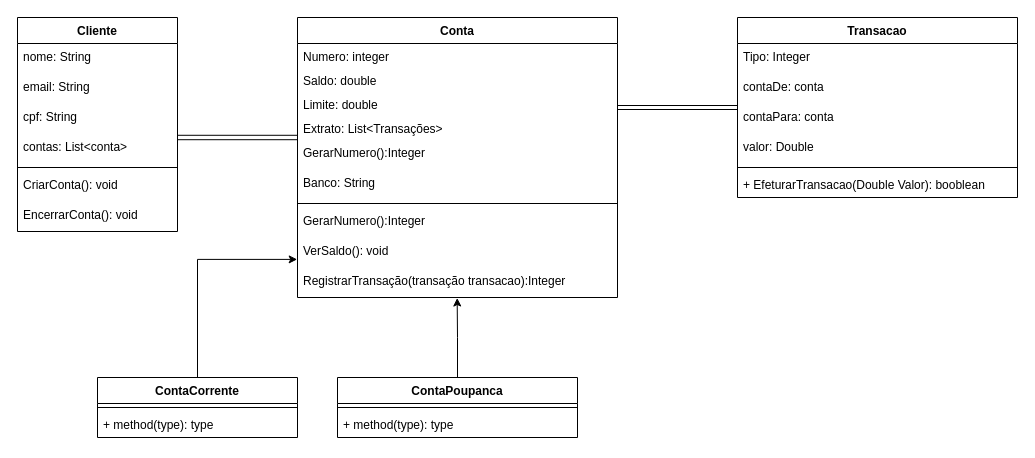
Before: FinTech.drawio in nandorainert/FinTech, a draw.io diagram. Source tidied: cells renumbered, new cells numbered last; positions are measured from the earlier drawing's top-left corner, leaving out a move shared by most shapes. Both pictures are drawn from the tidied source at 100%, with x=0, y=0 at pixel (17, 17).
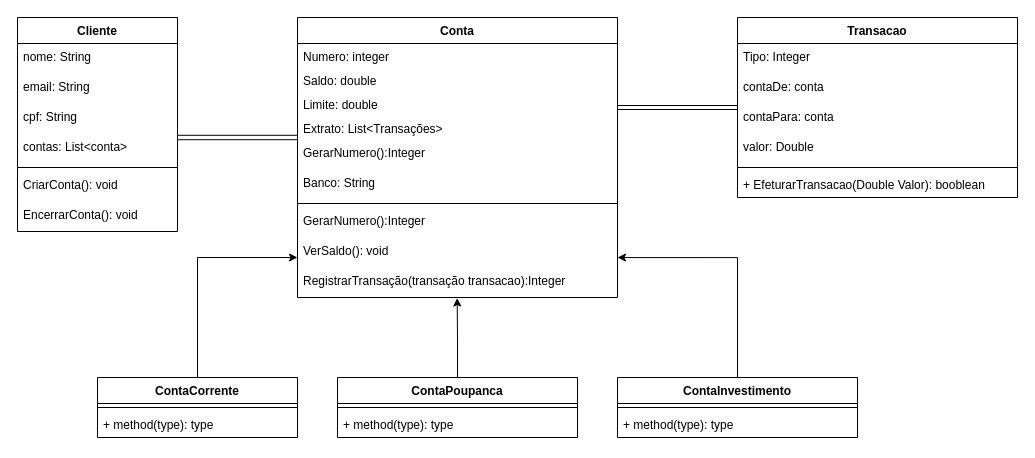
The same diagram, later.

The change refers to these unchanged cells:
```xml
<mxCell id="11" value="VerSaldo(): void" style="text;align=left;verticalAlign=top;spacingLeft=4;spacingRight=4;overflow=hidden;points=[[0,0.5],[1,0.5]];portConstraint=eastwest;" parent="2" vertex="1">
  <mxGeometry y="220" width="320" height="30" as="geometry" />
</mxCell>
<mxCell id="31" value="ContaCorrente" style="swimlane;fontStyle=1;align=center;verticalAlign=top;horizontal=1;startSize=26;whiteSpace=wrap;html=1;" parent="1" vertex="1">
  <mxGeometry x="80" y="360" width="200" height="60" as="geometry" />
</mxCell>
```

The edit, as a diff of the source:
```diff
@@
-    <mxCell id="34" style="edgeStyle=orthogonalEdgeStyle;rounded=0;jettySize=auto;html=1;entryX=-0.001;entryY=0.73;entryDx=0;entryDy=0;entryPerimeter=0;" parent="1" edge="1" source="31" target="11">
-      <mxGeometry relative="1" as="geometry" />
+    <mxCell id="34" style="edgeStyle=orthogonalEdgeStyle;rounded=0;jettySize=auto;html=1;" parent="1" edge="1" source="31">
+      <mxGeometry relative="1" as="geometry">
+        <mxPoint x="280" y="240" as="targetPoint" />
+        <Array as="points">
+          <mxPoint x="180" y="240" />
+          <mxPoint x="280" y="240" />
+        </Array>
+      </mxGeometry>
     </mxCell>
@@
+    <mxCell id="39" style="edgeStyle=orthogonalEdgeStyle;rounded=0;jettySize=auto;html=1;entryX=1;entryY=0.669;entryDx=0;entryDy=0;entryPerimeter=0;" parent="1" edge="1" source="40" target="11">
+      <mxGeometry relative="1" as="geometry" />
+    </mxCell>
+    <mxCell id="40" value="ContaInvestimento" style="swimlane;fontStyle=1;align=center;verticalAlign=top;horizontal=1;startSize=26;whiteSpace=wrap;html=1;" parent="1" vertex="1">
+      <mxGeometry x="600" y="360" width="240" height="60" as="geometry" />
+    </mxCell>
+    <mxCell id="41" style="line;strokeWidth=1;fillColor=none;align=left;verticalAlign=middle;spacingTop=-1;spacingLeft=3;spacingRight=3;labelPosition=right;strokeColor=inherit;" parent="40" vertex="1">
+      <mxGeometry y="26" width="240" height="8" as="geometry" />
+    </mxCell>
+    <mxCell id="42" value="+ method(type): type" style="text;strokeColor=none;fillColor=none;align=left;verticalAlign=top;spacingLeft=4;spacingRight=4;overflow=hidden;whiteSpace=wrap;html=1;" parent="40" vertex="1">
+      <mxGeometry y="34" width="240" height="26" as="geometry" />
+    </mxCell>
```
